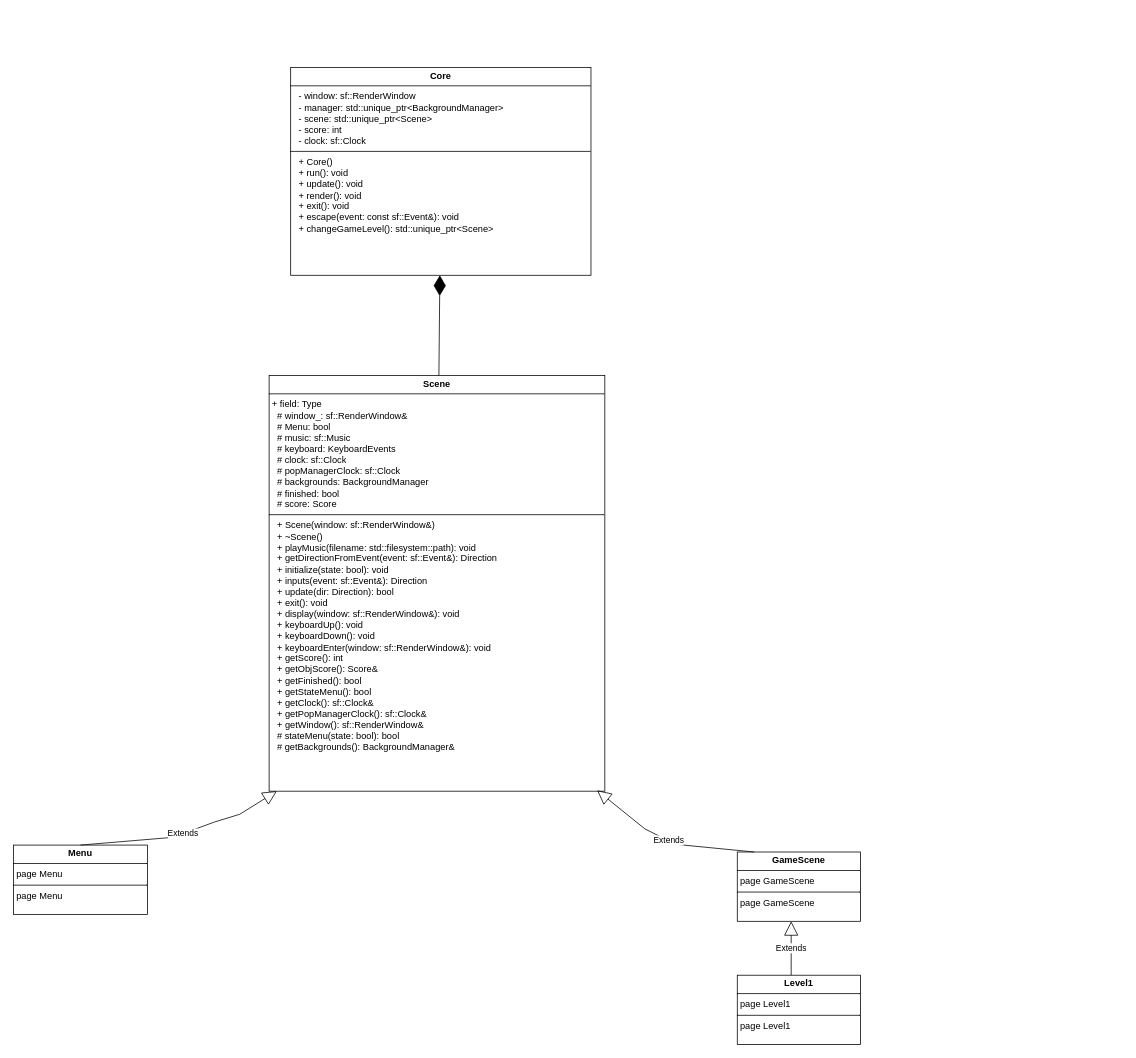
The draw.io diagram page "Scene" (1 of 5) of Diagramme sans nom.drawio in Bird120/FlightToHFT, before the edit. Source tidied: cells renumbered, new cells numbered last; positions are measured from the earlier drawing's top-left corner, leaving out a move shared by most shapes. Both pictures are drawn from the tidied source at 77%, with x=0, y=0 at pixel (13, 67).
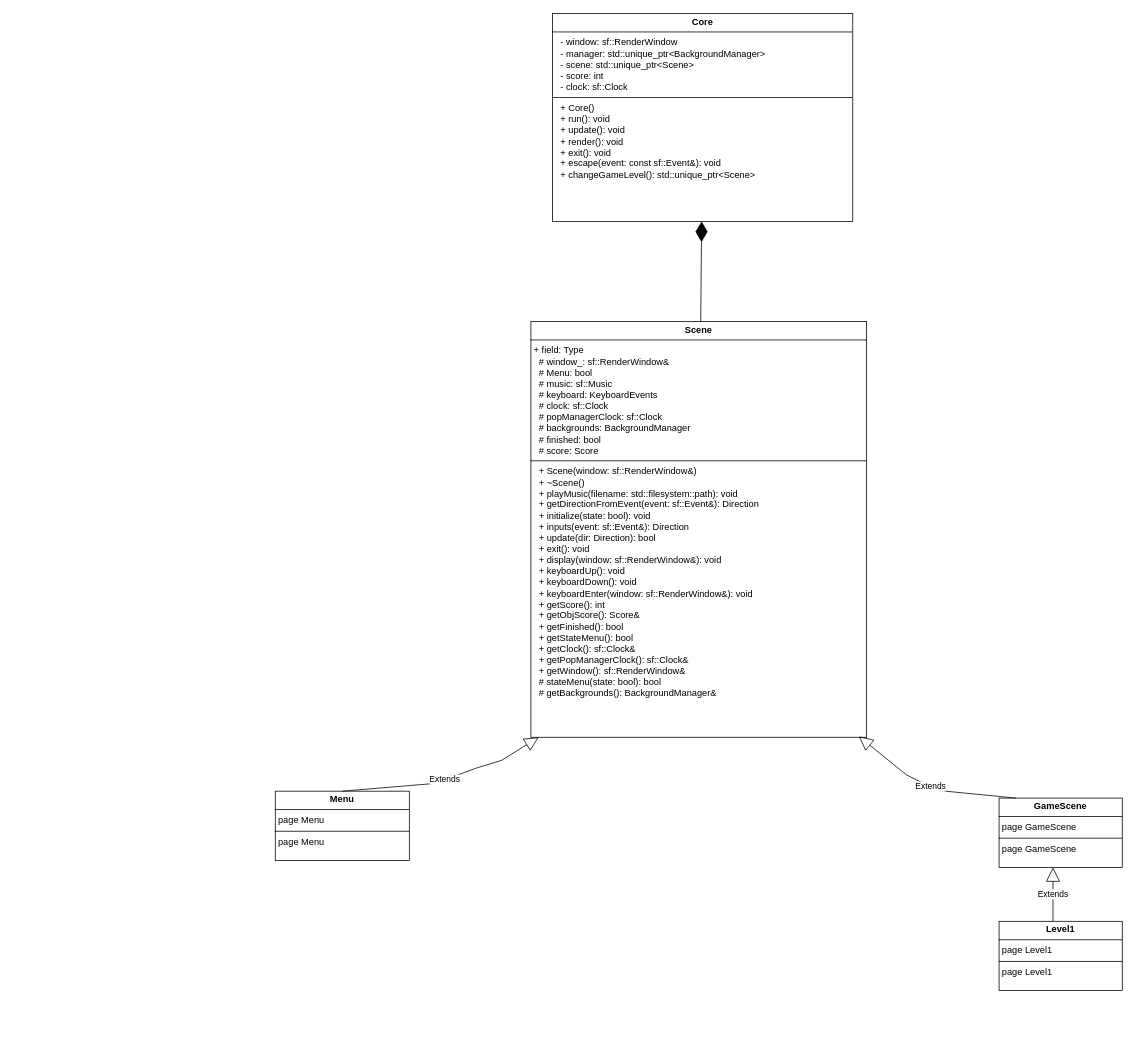
The same page after the edit.

Diff of the diagram source:
```diff
@@
 <mxGraphModel>
   <root>
     <mxCell id="0" />
     <mxCell id="1" parent="0" />
+    <mxCell id="11" style="group;" parent="1" vertex="1">
+      <mxGeometry x="340" y="-70" width="1100" height="1269" as="geometry" />
+    </mxCell>
-    <mxCell id="2" value="&lt;p style=&quot;margin:0px;margin-top:4px;text-align:center;&quot;&gt;&lt;b&gt;Core&lt;/b&gt;&lt;/p&gt;&lt;hr size=&quot;1&quot; style=&quot;border-style:solid;&quot;&gt;&lt;p style=&quot;margin:0px;margin-left:4px;&quot;&gt;&amp;nbsp; - window: sf::RenderWindow&lt;br&gt;&amp;nbsp; - manager: std::unique_ptr&amp;lt;BackgroundManager&amp;gt;&lt;br&gt;&amp;nbsp; - scene: std::unique_ptr&amp;lt;Scene&amp;gt;&lt;br&gt;&amp;nbsp; - score: int&lt;br&gt;&amp;nbsp; - clock: sf::Clock&lt;/p&gt;&lt;hr size=&quot;1&quot; style=&quot;border-style:solid;&quot;&gt;&lt;p style=&quot;margin:0px;margin-left:4px;&quot;&gt;&amp;nbsp; + Core()&lt;br&gt;&amp;nbsp; + run(): void&lt;br&gt;&amp;nbsp; + update(): void&lt;br&gt;&amp;nbsp; + render(): void&lt;br&gt;&amp;nbsp; + exit(): void&lt;br&gt;&amp;nbsp; + escape(event: const sf::Event&amp;amp;): void&lt;br&gt;&amp;nbsp; + changeGameLevel(): std::unique_ptr&amp;lt;Scene&amp;gt;&lt;/p&gt;" style="verticalAlign=top;align=left;overflow=fill;html=1;whiteSpace=wrap;" parent="1" vertex="1">
+    <mxCell id="2" value="&lt;p style=&quot;margin:0px;margin-top:4px;text-align:center;&quot;&gt;&lt;b&gt;Core&lt;/b&gt;&lt;/p&gt;&lt;hr size=&quot;1&quot; style=&quot;border-style:solid;&quot;&gt;&lt;p style=&quot;margin:0px;margin-left:4px;&quot;&gt;&amp;nbsp; - window: sf::RenderWindow&lt;br&gt;&amp;nbsp; - manager: std::unique_ptr&amp;lt;BackgroundManager&amp;gt;&lt;br&gt;&amp;nbsp; - scene: std::unique_ptr&amp;lt;Scene&amp;gt;&lt;br&gt;&amp;nbsp; - score: int&lt;br&gt;&amp;nbsp; - clock: sf::Clock&lt;/p&gt;&lt;hr size=&quot;1&quot; style=&quot;border-style:solid;&quot;&gt;&lt;p style=&quot;margin:0px;margin-left:4px;&quot;&gt;&amp;nbsp; + Core()&lt;br&gt;&amp;nbsp; + run(): void&lt;br&gt;&amp;nbsp; + update(): void&lt;br&gt;&amp;nbsp; + render(): void&lt;br&gt;&amp;nbsp; + exit(): void&lt;br&gt;&amp;nbsp; + escape(event: const sf::Event&amp;amp;): void&lt;br&gt;&amp;nbsp; + changeGameLevel(): std::unique_ptr&amp;lt;Scene&amp;gt;&lt;/p&gt;" style="verticalAlign=top;align=left;overflow=fill;html=1;whiteSpace=wrap;" parent="11" vertex="1">
       <mxGeometry x="360" width="390" height="270" as="geometry" />
     </mxCell>
-    <mxCell id="3" value="&lt;p style=&quot;margin:0px;margin-top:4px;text-align:center;&quot;&gt;&lt;b&gt;Scene&lt;/b&gt;&lt;/p&gt;&lt;hr size=&quot;1&quot; style=&quot;border-style:solid;&quot;&gt;&lt;p style=&quot;margin:0px;margin-left:4px;&quot;&gt;+ field: Type&lt;/p&gt;&lt;p style=&quot;margin:0px;margin-left:4px;&quot;&gt;&amp;nbsp; # window_: sf::RenderWindow&amp;amp;&lt;br&gt;&amp;nbsp; # Menu: bool&lt;br&gt;&amp;nbsp; # music: sf::Music&lt;br&gt;&amp;nbsp; # keyboard: KeyboardEvents&lt;br&gt;&amp;nbsp; # clock: sf::Clock&lt;br&gt;&amp;nbsp; # popManagerClock: sf::Clock&lt;br&gt;&amp;nbsp; # backgrounds: BackgroundManager&lt;br&gt;&amp;nbsp; # finished: bool&lt;br&gt;&amp;nbsp; # score: Score&lt;/p&gt;&lt;hr size=&quot;1&quot; style=&quot;border-style:solid;&quot;&gt;&lt;p style=&quot;margin:0px;margin-left:4px;&quot;&gt;&amp;nbsp; + Scene(window: sf::RenderWindow&amp;amp;)&lt;br&gt;&amp;nbsp; + ~Scene()&lt;br&gt;&amp;nbsp; + playMusic(filename: std::filesystem::path): void&lt;br&gt;&amp;nbsp; + getDirectionFromEvent(event: sf::Event&amp;amp;): Direction&lt;br&gt;&amp;nbsp; + initialize(state: bool): void&lt;br&gt;&amp;nbsp; + inputs(event: sf::Event&amp;amp;): Direction&lt;br&gt;&amp;nbsp; + update(dir: Direction): bool&lt;br&gt;&amp;nbsp; + exit(): void&lt;br&gt;&amp;nbsp; + display(window: sf::RenderWindow&amp;amp;): void&lt;br&gt;&amp;nbsp; + keyboardUp(): void&lt;br&gt;&amp;nbsp; + keyboardDown(): void&lt;br&gt;&amp;nbsp; + keyboardEnter(window: sf::RenderWindow&amp;amp;): void&lt;br&gt;&amp;nbsp; + getScore(): int&lt;br&gt;&amp;nbsp; + getObjScore(): Score&amp;amp;&lt;br&gt;&amp;nbsp; + getFinished(): bool&lt;br&gt;&amp;nbsp; + getStateMenu(): bool&lt;br&gt;&amp;nbsp; + getClock(): sf::Clock&amp;amp;&lt;br&gt;&amp;nbsp; + getPopManagerClock(): sf::Clock&amp;amp;&lt;br&gt;&amp;nbsp; + getWindow(): sf::RenderWindow&amp;amp;&lt;/p&gt;&lt;p style=&quot;margin:0px;margin-left:4px;&quot;&gt;&amp;nbsp; # stateMenu(state: bool): bool&lt;br&gt;&amp;nbsp; # getBackgrounds(): BackgroundManager&amp;amp;&lt;/p&gt;" style="verticalAlign=top;align=left;overflow=fill;html=1;whiteSpace=wrap;" parent="1" vertex="1">
+    <mxCell id="3" value="&lt;p style=&quot;margin:0px;margin-top:4px;text-align:center;&quot;&gt;&lt;b&gt;Scene&lt;/b&gt;&lt;/p&gt;&lt;hr size=&quot;1&quot; style=&quot;border-style:solid;&quot;&gt;&lt;p style=&quot;margin:0px;margin-left:4px;&quot;&gt;+ field: Type&lt;/p&gt;&lt;p style=&quot;margin:0px;margin-left:4px;&quot;&gt;&amp;nbsp; # window_: sf::RenderWindow&amp;amp;&lt;br&gt;&amp;nbsp; # Menu: bool&lt;br&gt;&amp;nbsp; # music: sf::Music&lt;br&gt;&amp;nbsp; # keyboard: KeyboardEvents&lt;br&gt;&amp;nbsp; # clock: sf::Clock&lt;br&gt;&amp;nbsp; # popManagerClock: sf::Clock&lt;br&gt;&amp;nbsp; # backgrounds: BackgroundManager&lt;br&gt;&amp;nbsp; # finished: bool&lt;br&gt;&amp;nbsp; # score: Score&lt;/p&gt;&lt;hr size=&quot;1&quot; style=&quot;border-style:solid;&quot;&gt;&lt;p style=&quot;margin:0px;margin-left:4px;&quot;&gt;&amp;nbsp; + Scene(window: sf::RenderWindow&amp;amp;)&lt;br&gt;&amp;nbsp; + ~Scene()&lt;br&gt;&amp;nbsp; + playMusic(filename: std::filesystem::path): void&lt;br&gt;&amp;nbsp; + getDirectionFromEvent(event: sf::Event&amp;amp;): Direction&lt;br&gt;&amp;nbsp; + initialize(state: bool): void&lt;br&gt;&amp;nbsp; + inputs(event: sf::Event&amp;amp;): Direction&lt;br&gt;&amp;nbsp; + update(dir: Direction): bool&lt;br&gt;&amp;nbsp; + exit(): void&lt;br&gt;&amp;nbsp; + display(window: sf::RenderWindow&amp;amp;): void&lt;br&gt;&amp;nbsp; + keyboardUp(): void&lt;br&gt;&amp;nbsp; + keyboardDown(): void&lt;br&gt;&amp;nbsp; + keyboardEnter(window: sf::RenderWindow&amp;amp;): void&lt;br&gt;&amp;nbsp; + getScore(): int&lt;br&gt;&amp;nbsp; + getObjScore(): Score&amp;amp;&lt;br&gt;&amp;nbsp; + getFinished(): bool&lt;br&gt;&amp;nbsp; + getStateMenu(): bool&lt;br&gt;&amp;nbsp; + getClock(): sf::Clock&amp;amp;&lt;br&gt;&amp;nbsp; + getPopManagerClock(): sf::Clock&amp;amp;&lt;br&gt;&amp;nbsp; + getWindow(): sf::RenderWindow&amp;amp;&lt;/p&gt;&lt;p style=&quot;margin:0px;margin-left:4px;&quot;&gt;&amp;nbsp; # stateMenu(state: bool): bool&lt;br&gt;&amp;nbsp; # getBackgrounds(): BackgroundManager&amp;amp;&lt;/p&gt;" style="verticalAlign=top;align=left;overflow=fill;html=1;whiteSpace=wrap;" parent="11" vertex="1">
       <mxGeometry x="332" y="400" width="436" height="540" as="geometry" />
     </mxCell>
-    <mxCell id="4" style="endArrow=diamondThin;endFill=1;endSize=24;html=1;rounded=0;" parent="1" edge="1" source="3" target="2">
+    <mxCell id="4" style="endArrow=diamondThin;endFill=1;endSize=24;html=1;rounded=0;" parent="11" edge="1" source="3" target="2">
       <mxGeometry relative="1" as="geometry" />
     </mxCell>
-    <mxCell id="5" value="&lt;p style=&quot;margin:0px;margin-top:4px;text-align:center;&quot;&gt;&lt;b&gt;Menu&lt;/b&gt;&lt;/p&gt;&lt;hr size=&quot;1&quot; style=&quot;border-style:solid;&quot;&gt;&lt;p style=&quot;margin:0px;margin-left:4px;&quot;&gt;page Menu&lt;/p&gt;&lt;hr size=&quot;1&quot; style=&quot;border-style:solid;&quot;&gt;&lt;p style=&quot;margin:0px;margin-left:4px;&quot;&gt;page Menu&lt;/p&gt;" style="verticalAlign=top;align=left;overflow=fill;html=1;whiteSpace=wrap;" parent="1" vertex="1">
+    <mxCell id="5" value="&lt;p style=&quot;margin:0px;margin-top:4px;text-align:center;&quot;&gt;&lt;b&gt;Menu&lt;/b&gt;&lt;/p&gt;&lt;hr size=&quot;1&quot; style=&quot;border-style:solid;&quot;&gt;&lt;p style=&quot;margin:0px;margin-left:4px;&quot;&gt;page Menu&lt;/p&gt;&lt;hr size=&quot;1&quot; style=&quot;border-style:solid;&quot;&gt;&lt;p style=&quot;margin:0px;margin-left:4px;&quot;&gt;page Menu&lt;/p&gt;" style="verticalAlign=top;align=left;overflow=fill;html=1;whiteSpace=wrap;" parent="11" vertex="1">
       <mxGeometry y="1010" width="174.1" height="90" as="geometry" />
     </mxCell>
-    <mxCell id="6" value="Extends" style="endArrow=block;endSize=16;endFill=0;html=1;rounded=0;exitX=0.5;exitY=0;exitDx=0;exitDy=0;entryX=0.023;entryY=1;entryDx=0;entryDy=0;entryPerimeter=0;" parent="1" edge="1" target="3">
+    <mxCell id="6" value="Extends" style="endArrow=block;endSize=16;endFill=0;html=1;rounded=0;exitX=0.5;exitY=0;exitDx=0;exitDy=0;entryX=0.023;entryY=1;entryDx=0;entryDy=0;entryPerimeter=0;" parent="11" edge="1" target="3">
       <mxGeometry relative="1" as="geometry">
         <mxPoint x="87.1" y="1010" as="sourcePoint" />
         <Array as="points">
           <mxPoint x="206.8" y="1000" />
           <mxPoint x="261.2" y="980" />
           <mxPoint x="293.9" y="970" />
         </Array>
       </mxGeometry>
     </mxCell>
-    <mxCell id="7" value="&lt;p style=&quot;margin:0px;margin-top:4px;text-align:center;&quot;&gt;&lt;b&gt;GameScene&lt;/b&gt;&lt;/p&gt;&lt;hr size=&quot;1&quot; style=&quot;border-style:solid;&quot;&gt;&lt;p style=&quot;margin:0px;margin-left:4px;&quot;&gt;page GameScene&lt;/p&gt;&lt;hr size=&quot;1&quot; style=&quot;border-style:solid;&quot;&gt;&lt;p style=&quot;margin:0px;margin-left:4px;&quot;&gt;page GameScene&lt;/p&gt;" style="verticalAlign=top;align=left;overflow=fill;html=1;whiteSpace=wrap;" parent="1" vertex="1">
+    <mxCell id="7" value="&lt;p style=&quot;margin:0px;margin-top:4px;text-align:center;&quot;&gt;&lt;b&gt;GameScene&lt;/b&gt;&lt;/p&gt;&lt;hr size=&quot;1&quot; style=&quot;border-style:solid;&quot;&gt;&lt;p style=&quot;margin:0px;margin-left:4px;&quot;&gt;page GameScene&lt;/p&gt;&lt;hr size=&quot;1&quot; style=&quot;border-style:solid;&quot;&gt;&lt;p style=&quot;margin:0px;margin-left:4px;&quot;&gt;page GameScene&lt;/p&gt;" style="verticalAlign=top;align=left;overflow=fill;html=1;whiteSpace=wrap;" parent="11" vertex="1">
       <mxGeometry x="940" y="1019" width="160" height="90" as="geometry" />
     </mxCell>
-    <mxCell id="8" value="&lt;p style=&quot;margin:0px;margin-top:4px;text-align:center;&quot;&gt;&lt;b&gt;Level1&lt;/b&gt;&lt;/p&gt;&lt;hr size=&quot;1&quot; style=&quot;border-style:solid;&quot;&gt;&lt;p style=&quot;margin:0px;margin-left:4px;&quot;&gt;page Level1&lt;span style=&quot;white-space: pre;&quot;&gt;&#9;&lt;/span&gt;&lt;span style=&quot;white-space: pre;&quot;&gt;&#9;&lt;/span&gt;&lt;/p&gt;&lt;hr size=&quot;1&quot; style=&quot;border-style:solid;&quot;&gt;&lt;p style=&quot;margin:0px;margin-left:4px;&quot;&gt;page Level1&lt;/p&gt;" style="verticalAlign=top;align=left;overflow=fill;html=1;whiteSpace=wrap;" parent="1" vertex="1">
+    <mxCell id="8" value="&lt;p style=&quot;margin:0px;margin-top:4px;text-align:center;&quot;&gt;&lt;b&gt;Level1&lt;/b&gt;&lt;/p&gt;&lt;hr size=&quot;1&quot; style=&quot;border-style:solid;&quot;&gt;&lt;p style=&quot;margin:0px;margin-left:4px;&quot;&gt;page Level1&lt;span style=&quot;white-space: pre;&quot;&gt;&#9;&lt;/span&gt;&lt;span style=&quot;white-space: pre;&quot;&gt;&#9;&lt;/span&gt;&lt;/p&gt;&lt;hr size=&quot;1&quot; style=&quot;border-style:solid;&quot;&gt;&lt;p style=&quot;margin:0px;margin-left:4px;&quot;&gt;page Level1&lt;/p&gt;" style="verticalAlign=top;align=left;overflow=fill;html=1;whiteSpace=wrap;" parent="11" vertex="1">
       <mxGeometry x="940" y="1179" width="160" height="90" as="geometry" />
     </mxCell>
-    <mxCell id="9" value="Extends" style="endArrow=block;endSize=16;endFill=0;html=1;rounded=0;exitX=0.45;exitY=-0.011;exitDx=0;exitDy=0;exitPerimeter=0;entryX=0.977;entryY=0.998;entryDx=0;entryDy=0;entryPerimeter=0;" parent="1" edge="1" target="3">
+    <mxCell id="9" value="Extends" style="endArrow=block;endSize=16;endFill=0;html=1;rounded=0;exitX=0.45;exitY=-0.011;exitDx=0;exitDy=0;exitPerimeter=0;entryX=0.977;entryY=0.998;entryDx=0;entryDy=0;entryPerimeter=0;" parent="11" edge="1" target="3">
       <mxGeometry relative="1" as="geometry">
         <mxPoint x="962" y="1019" as="sourcePoint" />
         <Array as="points">
           <mxPoint x="860" y="1009" />
           <mxPoint x="820" y="989" />
         </Array>
       </mxGeometry>
     </mxCell>
-    <mxCell id="10" value="Extends" style="endArrow=block;endSize=16;endFill=0;html=1;rounded=0;" parent="1" edge="1">
+    <mxCell id="10" value="Extends" style="endArrow=block;endSize=16;endFill=0;html=1;rounded=0;" parent="11" edge="1">
       <mxGeometry relative="1" as="geometry">
         <mxPoint x="1010" y="1179" as="sourcePoint" />
         <mxPoint x="1010" y="1109" as="targetPoint" />
       </mxGeometry>
     </mxCell>
   </root>
 </mxGraphModel>
```
